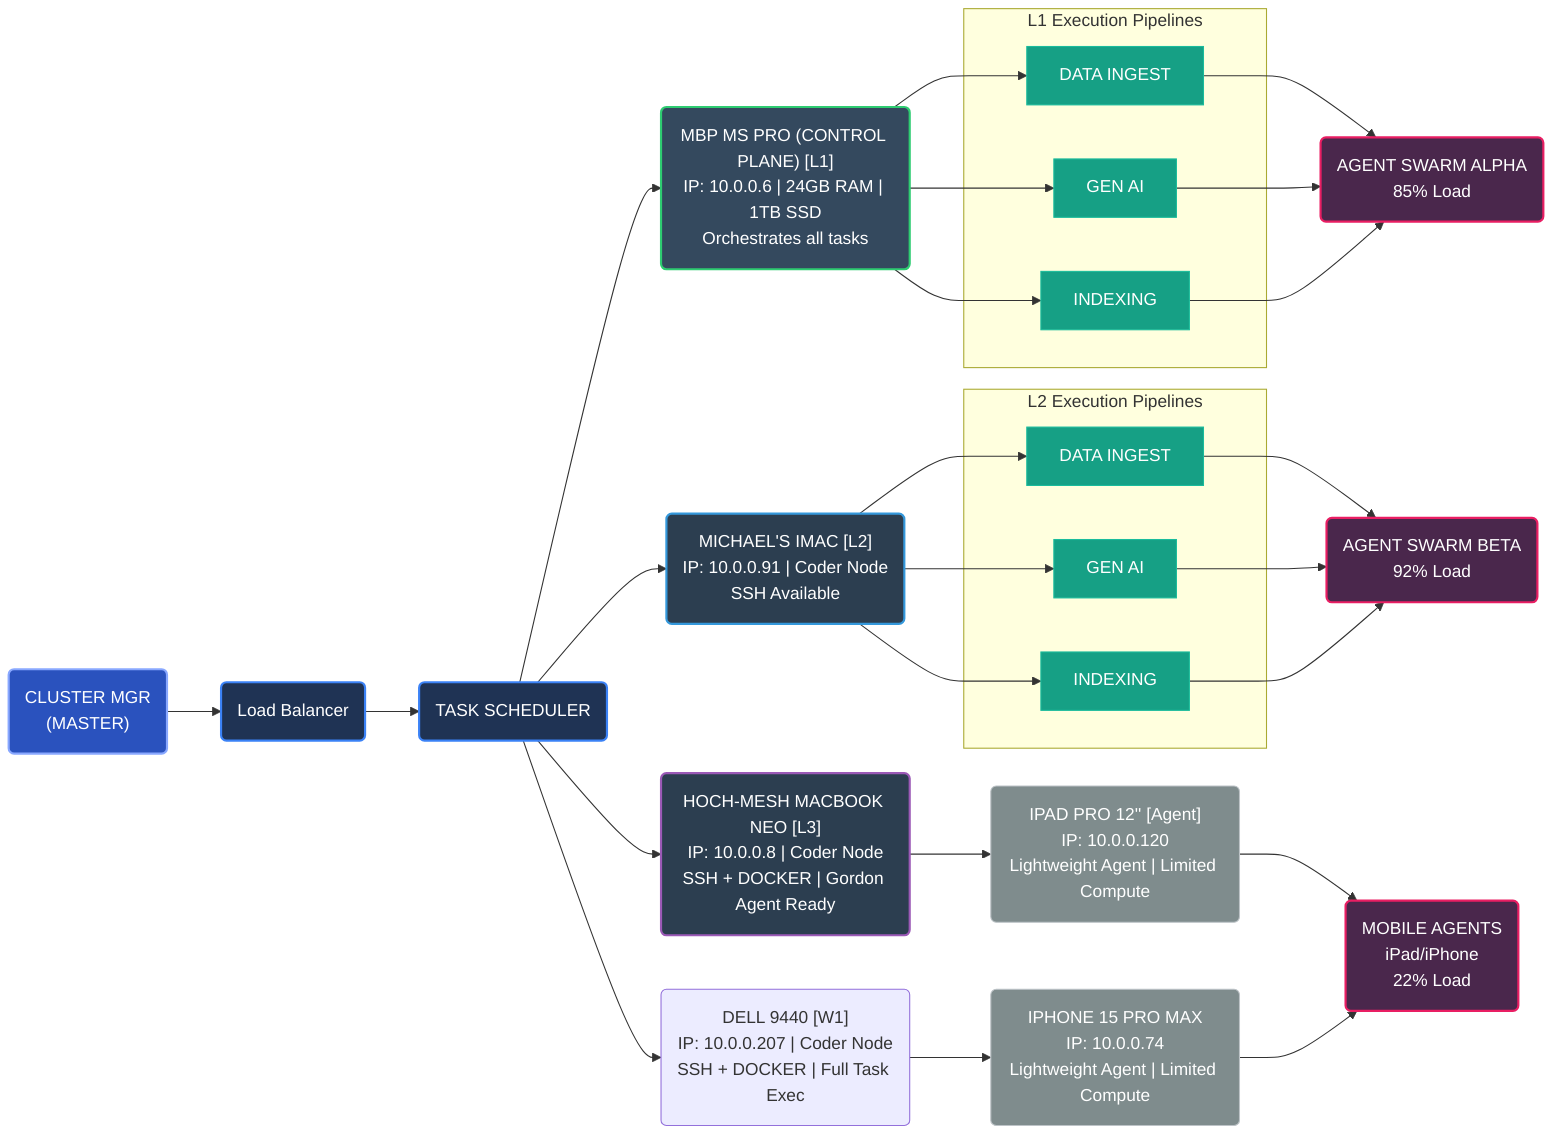
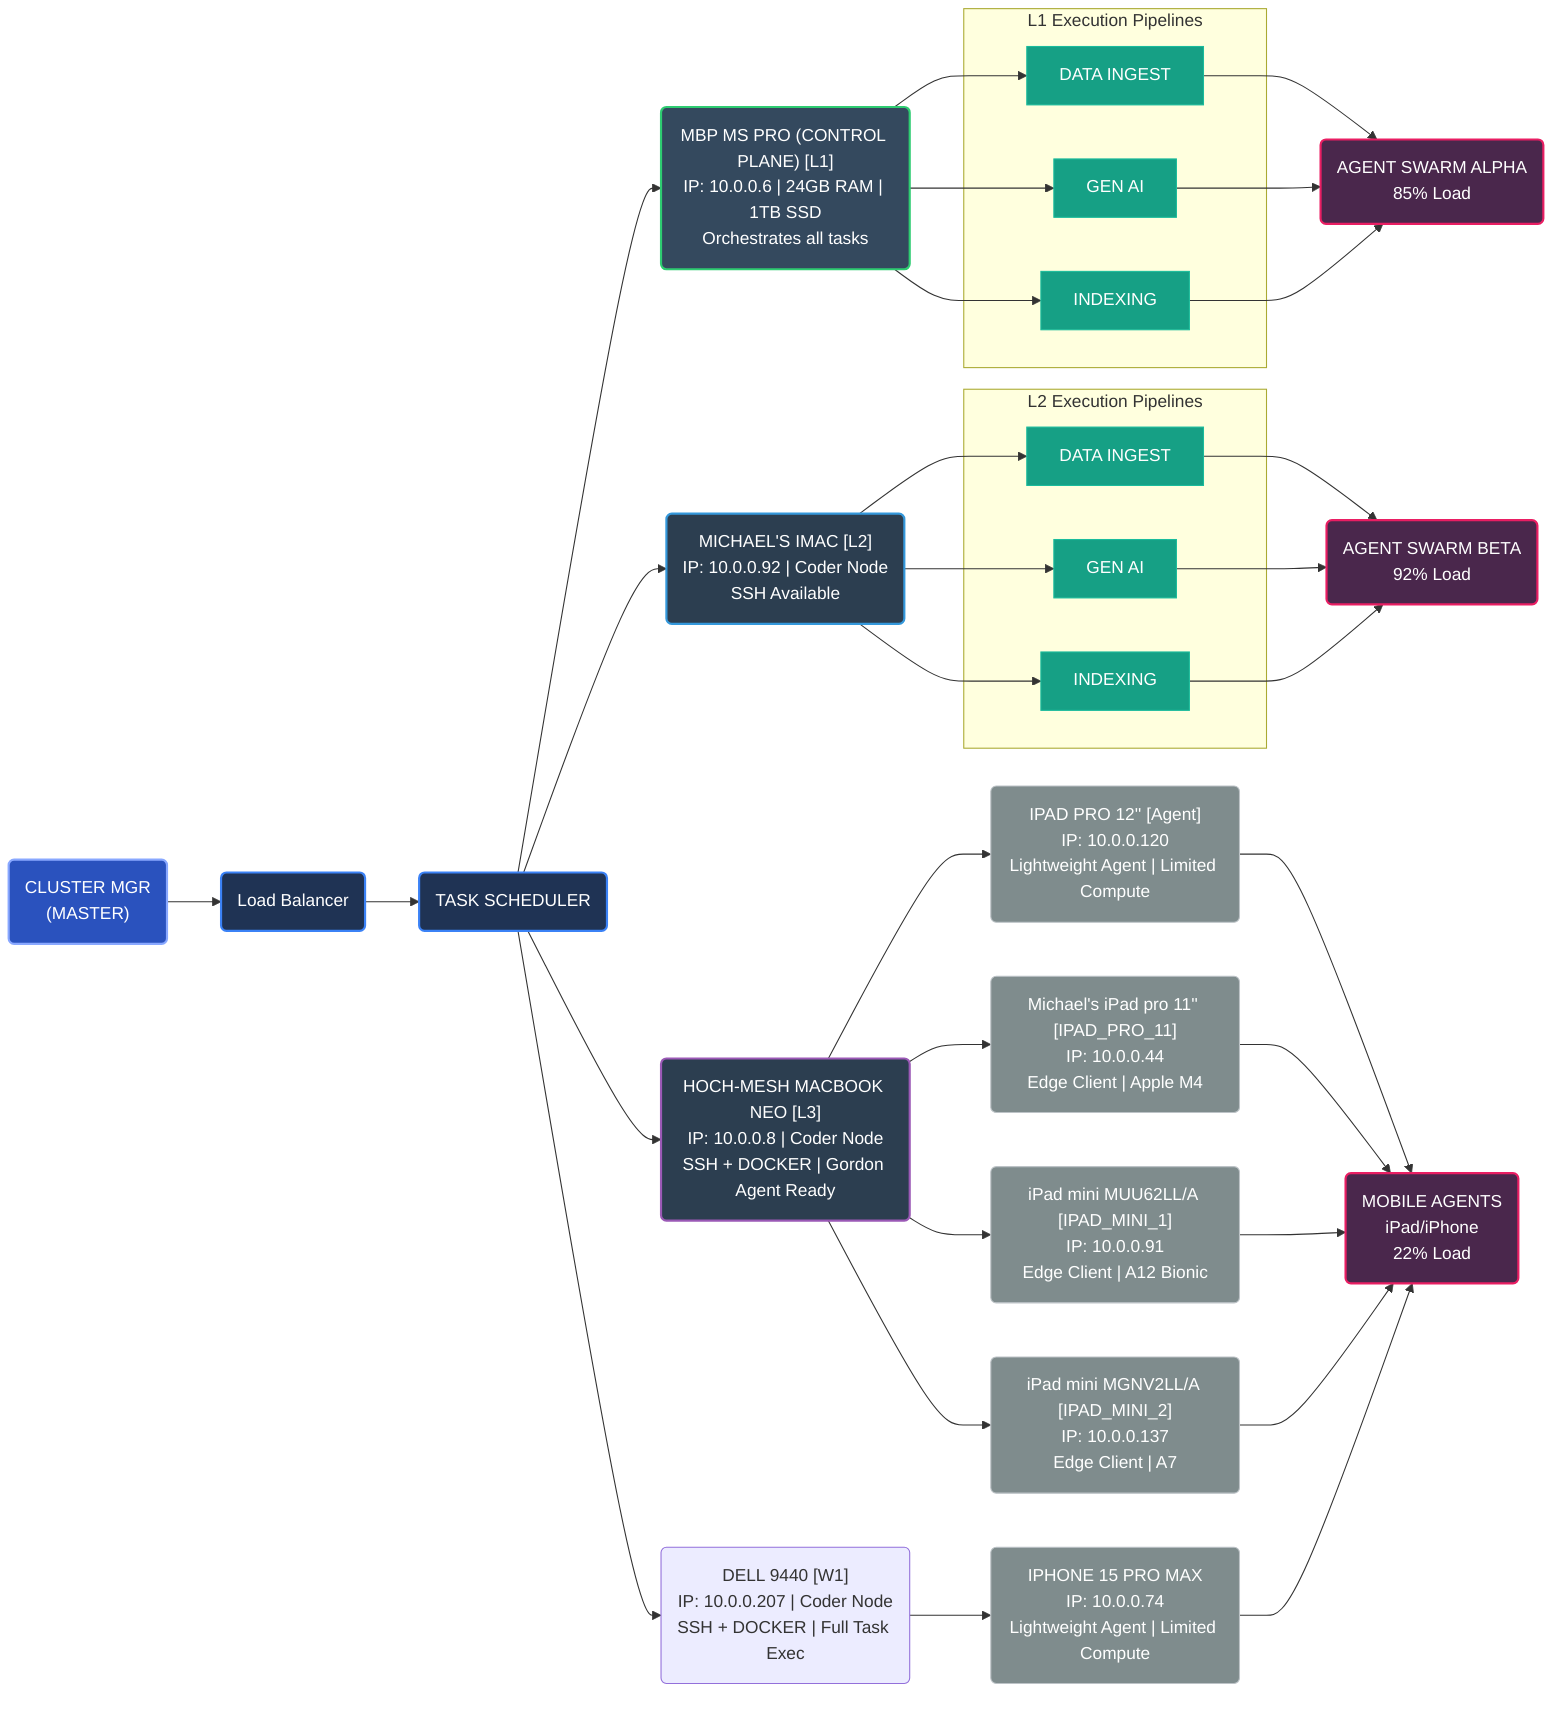
graph LR
    %% Styles and Node Styling Definitions
    classDef master fill:#2a52be,stroke:#89a8ff,stroke-width:2px,color:#fff;
    classDef scheduler fill:#1f3354,stroke:#3b82f6,stroke-width:2px,color:#fff;
    classDef nodeL1 fill:#34495e,stroke:#2ecc71,stroke-width:2px,color:#fff;
    classDef nodeL2 fill:#2c3e50,stroke:#3498db,stroke-width:2px,color:#fff;
    classDef nodeL3 fill:#2c3e50,stroke:#9b59b6,stroke-width:2px,color:#fff;
    classDef nodeW1 fill:#2c3e50,stroke:#e67e22,stroke-width:2px,color:#fff;
    classDef mobile fill:#7f8c8d,stroke:#bdc3c7,stroke-width:1px,color:#fff;
    classDef swarm fill:#4a274c,stroke:#e91e63,stroke-width:2px,color:#fff;
    classDef pipeline fill:#16a085,stroke:#1abc9c,stroke-width:1px,color:#fff;

    %% Nodes
    MGR("CLUSTER MGR<br/>(MASTER)"):::master
    SCHED("TASK SCHEDULER"):::scheduler
    LB("Load Balancer"):::scheduler

    %% Compute Nodes
    L1("MBP MS PRO (CONTROL PLANE) [L1]<br/>IP: 10.0.0.6 | 24GB RAM | 1TB SSD<br/>Orchestrates all tasks"):::nodeL1
-     L2("MICHAEL'S IMAC [L2]<br/>IP: 10.0.0.91 | Coder Node<br/>SSH Available"):::nodeL2
+     L2("MICHAEL'S IMAC [L2]<br/>IP: 10.0.0.92 | Coder Node<br/>SSH Available"):::nodeL2
    L3("HOCH-MESH MACBOOK NEO [L3]<br/>IP: 10.0.0.8 | Coder Node<br/>SSH + DOCKER | Gordon Agent Ready"):::nodeL3
    W1("DELL 9440 [W1]<br/>IP: 10.0.0.207 | Coder Node<br/>SSH + DOCKER | Full Task Exec"):::W1

    %% Mobile Agents
    IPAD("IPAD PRO 12'' [Agent]<br/>IP: 10.0.0.120<br/>Lightweight Agent | Limited Compute"):::mobile
    IPHONE("IPHONE 15 PRO MAX<br/>IP: 10.0.0.74<br/>Lightweight Agent | Limited Compute"):::mobile
+     IPAD_PRO_11("Michael's iPad pro 11'' [IPAD_PRO_11]<br/>IP: 10.0.0.44<br/>Edge Client | Apple M4"):::mobile
+     IPAD_MINI_1("iPad mini MUU62LL/A [IPAD_MINI_1]<br/>IP: 10.0.0.91<br/>Edge Client | A12 Bionic"):::mobile
+     IPAD_MINI_2("iPad mini MGNV2LL/A [IPAD_MINI_2]<br/>IP: 10.0.0.137<br/>Edge Client | A7"):::mobile

    %% Pipelines
    subgraph L1_Pipe [L1 Execution Pipelines]
        L1_ING[DATA INGEST]:::pipeline
        L1_AI[GEN AI]:::pipeline
        L1_IDX[INDEXING]:::pipeline
    end

    subgraph L2_Pipe [L2 Execution Pipelines]
        L2_ING[DATA INGEST]:::pipeline
        L2_AI[GEN AI]:::pipeline
        L2_IDX[INDEXING]:::pipeline
    end

    %% Swarms
    SWARM_A("AGENT SWARM ALPHA<br/>85% Load"):::swarm
    SWARM_B("AGENT SWARM BETA<br/>92% Load"):::swarm
    MOBILE_AGENTS("MOBILE AGENTS<br/>iPad/iPhone<br/>22% Load"):::swarm

    %% Connections
    MGR --> LB --> SCHED

    SCHED --> L1
    SCHED --> L2
    SCHED --> L3
    SCHED --> W1

    %% L1 pipelines to Alpha Swarm
    L1 --> L1_ING
    L1 --> L1_AI
    L1 --> L1_IDX
    L1_ING --> SWARM_A
    L1_AI --> SWARM_A
    L1_IDX --> SWARM_A

    %% L2 pipelines to Beta Swarm
    L2 --> L2_ING
    L2 --> L2_AI
    L2 --> L2_IDX
    L2_ING --> SWARM_B
    L2_AI --> SWARM_B
    L2_IDX --> SWARM_B

    %% Mobile node connections
    L3 --> IPAD
    W1 --> IPHONE
+     L3 --> IPAD_PRO_11
+     L3 --> IPAD_MINI_1
+     L3 --> IPAD_MINI_2
    IPAD --> MOBILE_AGENTS
    IPHONE --> MOBILE_AGENTS
+     IPAD_PRO_11 --> MOBILE_AGENTS
+     IPAD_MINI_1 --> MOBILE_AGENTS
+     IPAD_MINI_2 --> MOBILE_AGENTS
